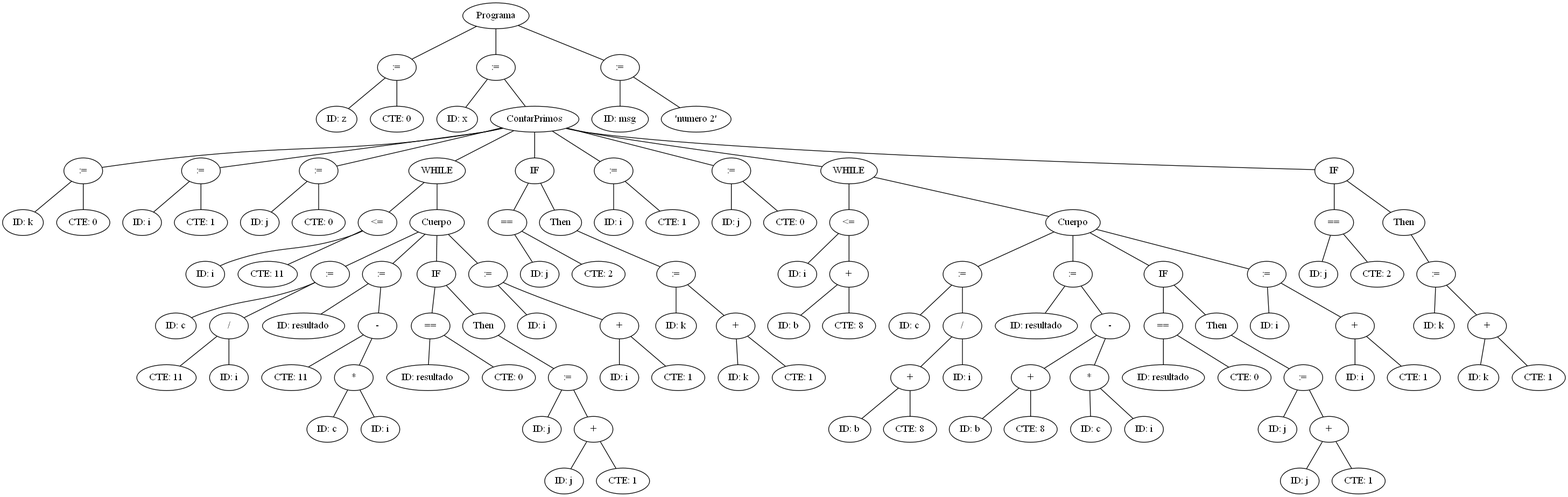
Above: AnalizadorLexico/arbolito.png in JosueGaticaOdato/Integrador-TEOI (Graphviz), before the change. Its source is kept beside it as AnalizadorLexico/arbolito.dot.
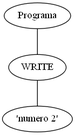
After the change.

Commit message:
Estructura basica de Write CONST_STR

What changed in the source:
```diff
@@ -1,230 +1,6 @@
 graph G {nodo_programa [label="Programa"]
-nodo_668386784 [label=":="]
-nodo_programa -- nodo_668386784
-nodo_664223387 [label="ID: z"]
-nodo_668386784 -- nodo_664223387
-nodo_824909230 [label="CTE: 0"]
-nodo_668386784 -- nodo_824909230
-nodo_1706234378 [label=":="]
-nodo_programa -- nodo_1706234378
-nodo_1867750575 [label="ID: x"]
-nodo_1706234378 -- nodo_1867750575
-nodo_2046562095 [label="ContarPrimos"]
-nodo_1706234378 -- nodo_2046562095
-nodo_1342443276 [label=":="]
-nodo_2046562095 -- nodo_1342443276
-nodo_769287236 [label="ID: k"]
-nodo_1342443276 -- nodo_769287236
-nodo_1587487668 [label="CTE: 0"]
-nodo_1342443276 -- nodo_1587487668
-nodo_1199823423 [label=":="]
-nodo_2046562095 -- nodo_1199823423
-nodo_932172204 [label="ID: i"]
-nodo_1199823423 -- nodo_932172204
-nodo_1225358173 [label="CTE: 1"]
-nodo_1199823423 -- nodo_1225358173
-nodo_1848402763 [label=":="]
-nodo_2046562095 -- nodo_1848402763
-nodo_933699219 [label="ID: j"]
-nodo_1848402763 -- nodo_933699219
-nodo_2121055098 [label="CTE: 0"]
-nodo_1848402763 -- nodo_2121055098
-nodo_2084435065 [label="WHILE"]
-nodo_2046562095 -- nodo_2084435065
-nodo_1896277646 [label="<="]
-nodo_2084435065 -- nodo_1896277646
-nodo_2128227771 [label="ID: i"]
-nodo_1896277646 -- nodo_2128227771
-nodo_1702297201 [label="CTE: 11"]
-nodo_1896277646 -- nodo_1702297201
-nodo_1996181658 [label="Cuerpo"]
-nodo_2084435065 -- nodo_1996181658
-nodo_806353501 [label=":="]
-nodo_1996181658 -- nodo_806353501
-nodo_521645586 [label="ID: c"]
-nodo_806353501 -- nodo_521645586
-nodo_1296064247 [label="/"]
-nodo_806353501 -- nodo_1296064247
-nodo_1637070917 [label="CTE: 11"]
-nodo_1296064247 -- nodo_1637070917
-nodo_780237624 [label="ID: i"]
-nodo_1296064247 -- nodo_780237624
-nodo_205797316 [label=":="]
-nodo_1996181658 -- nodo_205797316
-nodo_1128032093 [label="ID: resultado"]
-nodo_205797316 -- nodo_1128032093
-nodo_1066516207 [label="-"]
-nodo_205797316 -- nodo_1066516207
-nodo_443308702 [label="CTE: 11"]
-nodo_1066516207 -- nodo_443308702
-nodo_935044096 [label="*"]
-nodo_1066516207 -- nodo_935044096
-nodo_396180261 [label="ID: c"]
-nodo_935044096 -- nodo_396180261
-nodo_625576447 [label="ID: i"]
-nodo_935044096 -- nodo_625576447
-nodo_1560911714 [label="IF"]
-nodo_1996181658 -- nodo_1560911714
-nodo_939047783 [label="=="]
-nodo_1560911714 -- nodo_939047783
-nodo_1237514926 [label="ID: resultado"]
-nodo_939047783 -- nodo_1237514926
-nodo_548246552 [label="CTE: 0"]
-nodo_939047783 -- nodo_548246552
-nodo_835648992 [label="Then"]
-nodo_1560911714 -- nodo_835648992
-nodo_1134517053 [label=":="]
-nodo_835648992 -- nodo_1134517053
-nodo_492228202 [label="ID: j"]
-nodo_1134517053 -- nodo_492228202
-nodo_1368884364 [label="+"]
-nodo_1134517053 -- nodo_1368884364
-nodo_401625763 [label="ID: j"]
-nodo_1368884364 -- nodo_401625763
-nodo_772777427 [label="CTE: 1"]
-nodo_1368884364 -- nodo_772777427
-nodo_83954662 [label=":="]
-nodo_1996181658 -- nodo_83954662
-nodo_1751075886 [label="ID: i"]
-nodo_83954662 -- nodo_1751075886
-nodo_2108649164 [label="+"]
-nodo_83954662 -- nodo_2108649164
-nodo_777874839 [label="ID: i"]
-nodo_2108649164 -- nodo_777874839
-nodo_596512129 [label="CTE: 1"]
-nodo_2108649164 -- nodo_596512129
-nodo_824318946 [label="IF"]
-nodo_2046562095 -- nodo_824318946
-nodo_930990596 [label="=="]
-nodo_824318946 -- nodo_930990596
-nodo_1921595561 [label="ID: j"]
-nodo_930990596 -- nodo_1921595561
-nodo_565760380 [label="CTE: 2"]
-nodo_930990596 -- nodo_565760380
-nodo_6566818 [label="Then"]
-nodo_824318946 -- nodo_6566818
-nodo_1494279232 [label=":="]
-nodo_6566818 -- nodo_1494279232
-nodo_1650967483 [label="ID: k"]
-nodo_1494279232 -- nodo_1650967483
-nodo_87285178 [label="+"]
-nodo_1494279232 -- nodo_87285178
-nodo_610998173 [label="ID: k"]
-nodo_87285178 -- nodo_610998173
-nodo_2047329716 [label="CTE: 1"]
-nodo_87285178 -- nodo_2047329716
-nodo_648129364 [label=":="]
-nodo_2046562095 -- nodo_648129364
-nodo_1029991479 [label="ID: i"]
-nodo_648129364 -- nodo_1029991479
-nodo_1104106489 [label="CTE: 1"]
-nodo_648129364 -- nodo_1104106489
-nodo_94438417 [label=":="]
-nodo_2046562095 -- nodo_94438417
-nodo_787604730 [label="ID: j"]
-nodo_94438417 -- nodo_787604730
-nodo_812265671 [label="CTE: 0"]
-nodo_94438417 -- nodo_812265671
-nodo_193064360 [label="WHILE"]
-nodo_2046562095 -- nodo_193064360
-nodo_109961541 [label="<="]
-nodo_193064360 -- nodo_109961541
-nodo_670700378 [label="ID: i"]
-nodo_109961541 -- nodo_670700378
-nodo_1190654826 [label="+"]
-nodo_109961541 -- nodo_1190654826
-nodo_1109371569 [label="ID: b"]
-nodo_1190654826 -- nodo_1109371569
-nodo_728890494 [label="CTE: 8"]
-nodo_1190654826 -- nodo_728890494
-nodo_1558600329 [label="Cuerpo"]
-nodo_193064360 -- nodo_1558600329
-nodo_636718812 [label=":="]
-nodo_1558600329 -- nodo_636718812
-nodo_445051633 [label="ID: c"]
-nodo_636718812 -- nodo_445051633
-nodo_1051754451 [label="/"]
-nodo_636718812 -- nodo_1051754451
-nodo_1349277854 [label="+"]
-nodo_1051754451 -- nodo_1349277854
-nodo_1775282465 [label="ID: b"]
-nodo_1349277854 -- nodo_1775282465
-nodo_1147985808 [label="CTE: 8"]
-nodo_1349277854 -- nodo_1147985808
-nodo_2040495657 [label="ID: i"]
-nodo_1051754451 -- nodo_2040495657
-nodo_1267032364 [label=":="]
-nodo_1558600329 -- nodo_1267032364
-nodo_661672156 [label="ID: resultado"]
-nodo_1267032364 -- nodo_661672156
-nodo_96639997 [label="-"]
-nodo_1267032364 -- nodo_96639997
-nodo_128893786 [label="+"]
-nodo_96639997 -- nodo_128893786
-nodo_1732398722 [label="ID: b"]
-nodo_128893786 -- nodo_1732398722
-nodo_1108411398 [label="CTE: 8"]
-nodo_128893786 -- nodo_1108411398
-nodo_1394438858 [label="*"]
-nodo_96639997 -- nodo_1394438858
-nodo_584634336 [label="ID: c"]
-nodo_1394438858 -- nodo_584634336
-nodo_1469821799 [label="ID: i"]
-nodo_1394438858 -- nodo_1469821799
-nodo_501263526 [label="IF"]
-nodo_1558600329 -- nodo_501263526
-nodo_626202354 [label="=="]
-nodo_501263526 -- nodo_626202354
-nodo_1099983479 [label="ID: resultado"]
-nodo_626202354 -- nodo_1099983479
-nodo_1268447657 [label="CTE: 0"]
-nodo_626202354 -- nodo_1268447657
-nodo_1401420256 [label="Then"]
-nodo_501263526 -- nodo_1401420256
-nodo_1851691492 [label=":="]
-nodo_1401420256 -- nodo_1851691492
-nodo_752848266 [label="ID: j"]
-nodo_1851691492 -- nodo_752848266
-nodo_815033865 [label="+"]
-nodo_1851691492 -- nodo_815033865
-nodo_1555093762 [label="ID: j"]
-nodo_815033865 -- nodo_1555093762
-nodo_1190900417 [label="CTE: 1"]
-nodo_815033865 -- nodo_1190900417
-nodo_379110473 [label=":="]
-nodo_1558600329 -- nodo_379110473
-nodo_99550389 [label="ID: i"]
-nodo_379110473 -- nodo_99550389
-nodo_1598924227 [label="+"]
-nodo_379110473 -- nodo_1598924227
-nodo_1144748369 [label="ID: i"]
-nodo_1598924227 -- nodo_1144748369
-nodo_340870931 [label="CTE: 1"]
-nodo_1598924227 -- nodo_340870931
-nodo_1768305536 [label="IF"]
-nodo_2046562095 -- nodo_1768305536
-nodo_1530388690 [label="=="]
-nodo_1768305536 -- nodo_1530388690
-nodo_1146743572 [label="ID: j"]
-nodo_1530388690 -- nodo_1146743572
-nodo_1512981843 [label="CTE: 2"]
-nodo_1530388690 -- nodo_1512981843
-nodo_42768293 [label="Then"]
-nodo_1768305536 -- nodo_42768293
-nodo_1717159510 [label=":="]
-nodo_42768293 -- nodo_1717159510
-nodo_1834188994 [label="ID: k"]
-nodo_1717159510 -- nodo_1834188994
-nodo_1174361318 [label="+"]
-nodo_1717159510 -- nodo_1174361318
-nodo_589873731 [label="ID: k"]
-nodo_1174361318 -- nodo_589873731
-nodo_200006406 [label="CTE: 1"]
-nodo_1174361318 -- nodo_200006406
-nodo_2052001577 [label=":="]
-nodo_programa -- nodo_2052001577
-nodo_1160264930 [label="ID: msg"]
-nodo_2052001577 -- nodo_1160264930
-nodo_544724190 [label="'numero 2'"]
-nodo_2052001577 -- nodo_544724190
+nodo_2074407503 [label="WRITE"]
+nodo_programa -- nodo_2074407503
+nodo_189568618 [label="'numero 2'"]
+nodo_2074407503 -- nodo_189568618
 }
```
